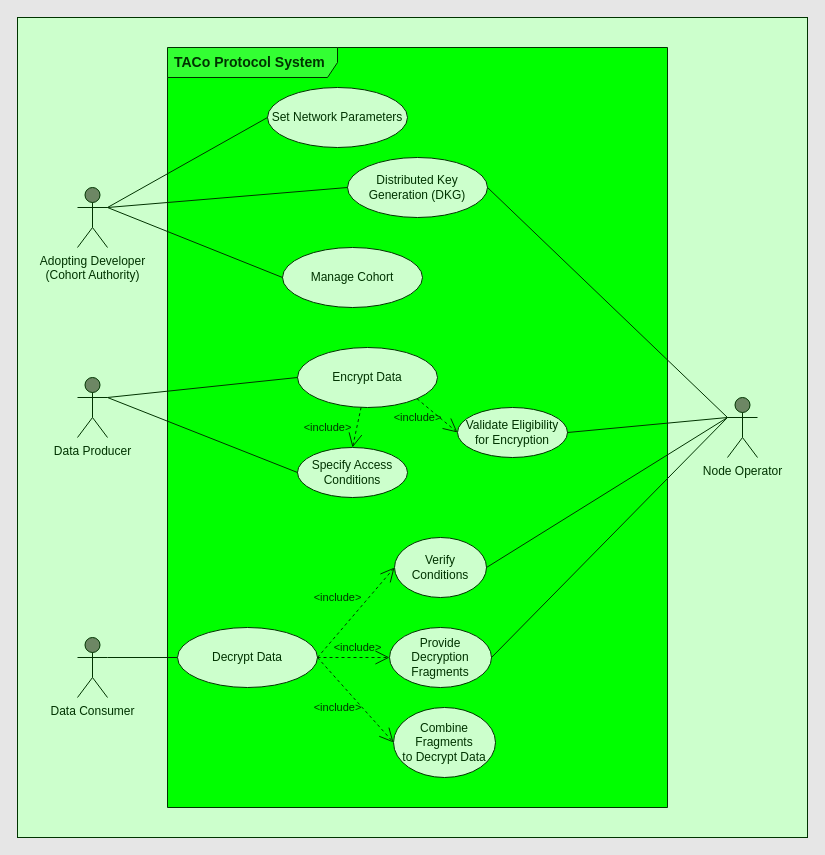
nucypher/taco-docs keeps this draw.io diagram as .gitbook/assets/architecture/use-case-diagram.drawio. Above is the earlier version. Source tidied: cells renumbered, new cells numbered last; positions are measured from the earlier drawing's top-left corner, leaving out a move shared by most shapes. Both pictures are drawn from the tidied source at 100%, with x=0, y=0 at pixel (17, 17).
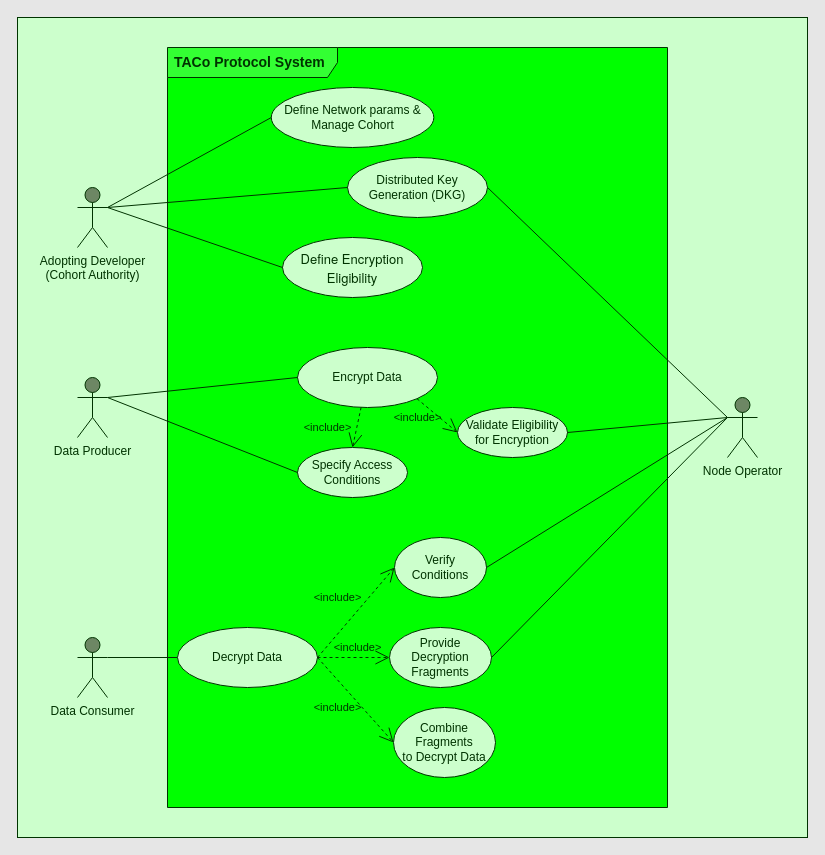
The same diagram, later.

Commit message (it also covers changes not shown here):
update the uml usecase diagram

Diff of the diagram source:
```diff
@@
-    <mxCell id="9" value="Manage Cohort" style="ellipse;whiteSpace=wrap;html=1;strokeColor=#003300;fillColor=#CCFFCC;fontColor=#003300;labelBackgroundColor=none;labelBorderColor=none;" parent="1" vertex="1">
-      <mxGeometry x="265" y="230" width="140" height="60" as="geometry" />
+    <mxCell id="9" value="Define Network params &amp;amp; Manage Cohort" style="ellipse;whiteSpace=wrap;html=1;strokeColor=#003300;fillColor=#CCFFCC;fontColor=#003300;labelBackgroundColor=none;labelBorderColor=none;" parent="1" vertex="1">
+      <mxGeometry x="253.8" y="70" width="162.5" height="60" as="geometry" />
     </mxCell>
-    <mxCell id="10" value="Set Network Parameters" style="ellipse;whiteSpace=wrap;html=1;strokeColor=#003300;fillColor=#CCFFCC;fontColor=#003300;labelBackgroundColor=none;labelBorderColor=none;" parent="1" vertex="1">
-      <mxGeometry x="250" y="70" width="140" height="60" as="geometry" />
+    <mxCell id="10" value="&lt;p style=&quot;margin: 0px; font-variant-numeric: normal; font-variant-east-asian: normal; font-variant-alternates: normal; font-size-adjust: none; font-kerning: auto; font-optical-sizing: auto; font-feature-settings: normal; font-variation-settings: normal; font-variant-position: normal; font-stretch: normal; font-size: 13px; line-height: normal; font-family: &amp;quot;Helvetica Neue&amp;quot;;&quot; class=&quot;p1&quot;&gt;Define Encryption Eligibility&lt;/p&gt;" style="ellipse;whiteSpace=wrap;html=1;strokeColor=#003300;fillColor=#CCFFCC;fontColor=#003300;labelBackgroundColor=none;labelBorderColor=none;align=center;" parent="1" vertex="1">
+      <mxGeometry x="265" y="220" width="140" height="60" as="geometry" />
     </mxCell>
```
